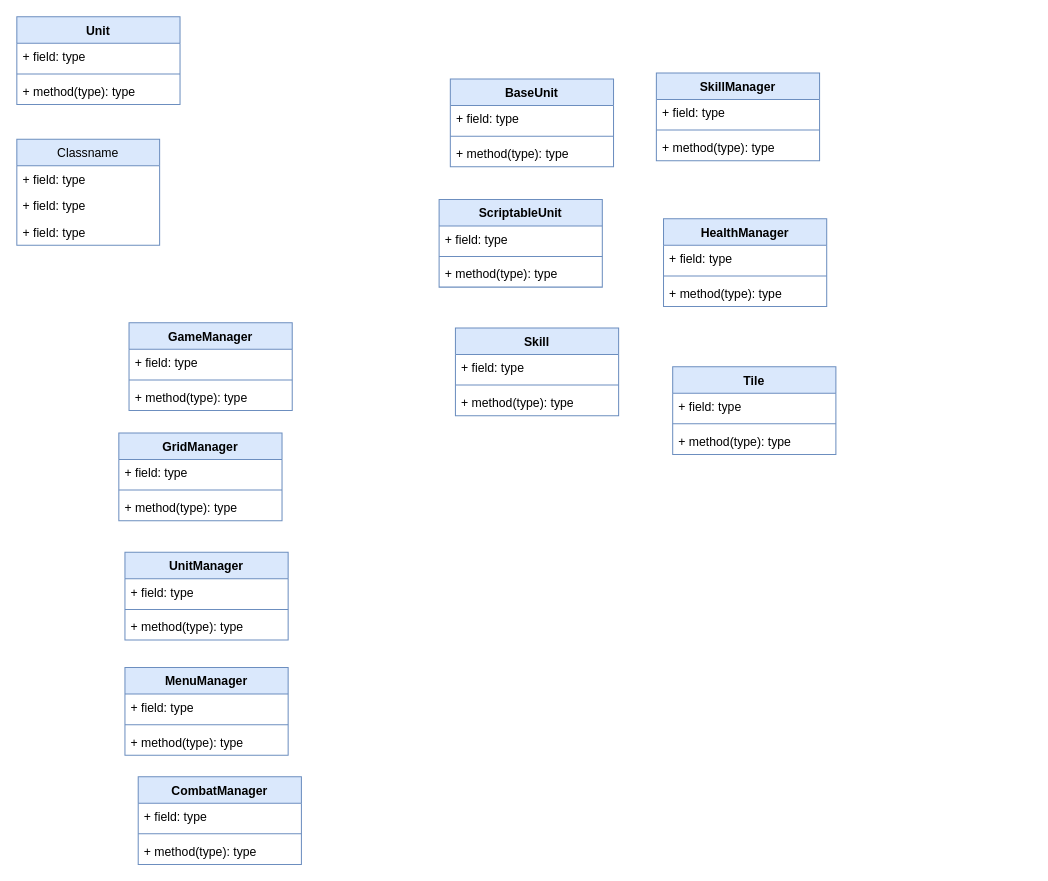
Keyrune/TileMap keeps this draw.io diagram as page "Class" (3 of 3) of Untitled Diagram.drawio. Above is the earlier version. Source tidied: cells renumbered, new cells numbered last; positions are measured from the earlier drawing's top-left corner, leaving out a move shared by most shapes. Both pictures are drawn from the tidied source at 102%, with x=0, y=0 at pixel (16, 16).
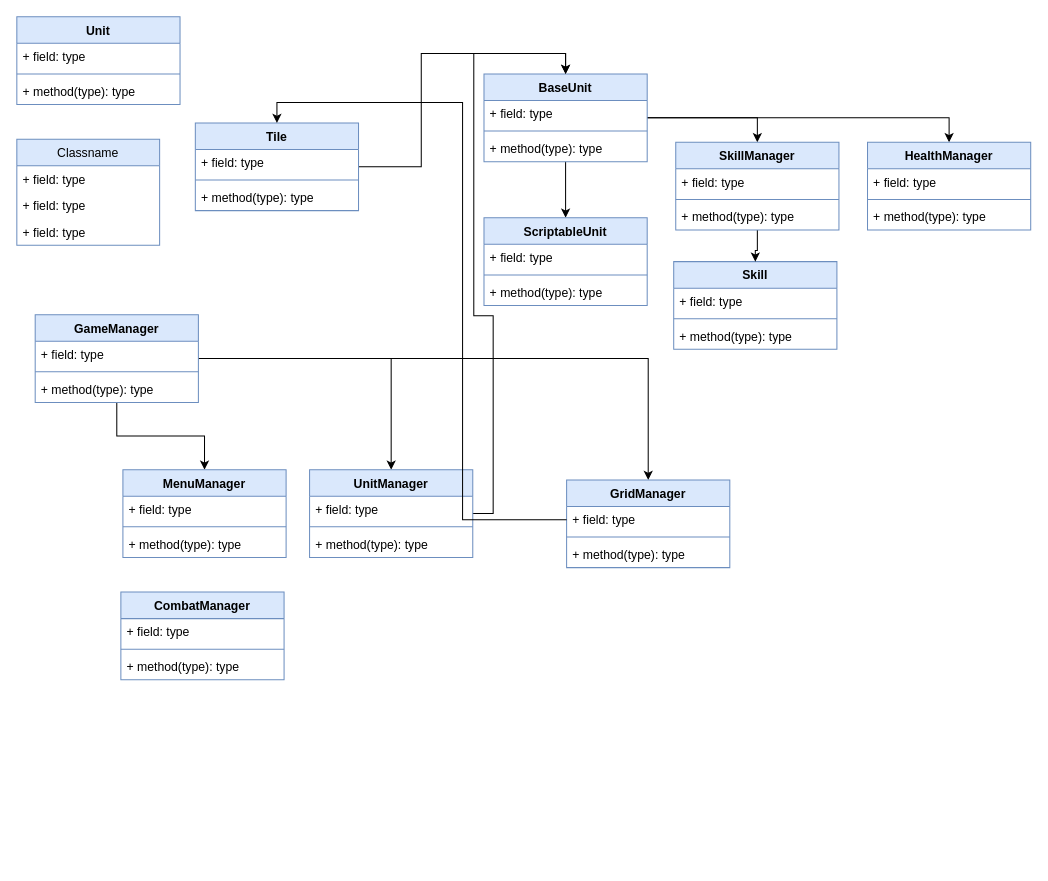
The same diagram, later.

The change refers to these unchanged cells:
```xml
<mxCell id="23" value="+ field: type" style="text;strokeColor=none;fillColor=none;align=left;verticalAlign=top;spacingLeft=4;spacingRight=4;overflow=hidden;points=[[0,0.5],[1,0.5]];portConstraint=eastwest;" parent="22" vertex="1">
  <mxGeometry y="26" width="160" height="26" as="geometry" />
</mxCell>
```

Diff of the diagram source:
```diff
@@
+    <mxCell id="54" style="edgeStyle=orthogonalEdgeStyle;rounded=0;jettySize=auto;html=1;" parent="1" edge="1" source="6" target="46">
+      <mxGeometry relative="1" as="geometry" />
+    </mxCell>
+    <mxCell id="55" style="edgeStyle=orthogonalEdgeStyle;rounded=0;jettySize=auto;html=1;entryX=0.5;entryY=0;entryDx=0;entryDy=0;" parent="1" edge="1" source="6" target="30">
+      <mxGeometry relative="1" as="geometry" />
+    </mxCell>
+    <mxCell id="56" style="edgeStyle=orthogonalEdgeStyle;rounded=0;jettySize=auto;html=1;" parent="1" edge="1" source="6" target="34">
+      <mxGeometry relative="1" as="geometry">
+        <Array as="points">
+          <mxPoint x="914" y="99" />
+        </Array>
+      </mxGeometry>
+    </mxCell>
     <mxCell id="6" value="BaseUnit" style="swimlane;fontStyle=1;align=center;verticalAlign=top;horizontal=1;startSize=26;fillColor=#dae8fc;strokeColor=#6C8EBF;glass=0;" parent="1" vertex="1">
-      <mxGeometry x="425" y="61" width="160" height="86" as="geometry" />
+      <mxGeometry x="458" y="56" width="160" height="86" as="geometry" />
     </mxCell>
@@
     <mxCell id="10" value="Skill" style="swimlane;fontStyle=1;align=center;verticalAlign=top;horizontal=1;startSize=26;fillColor=#dae8fc;strokeColor=#6C8EBF;" parent="1" vertex="1">
-      <mxGeometry x="430" y="305" width="160" height="86" as="geometry" />
+      <mxGeometry x="644" y="240" width="160" height="86" as="geometry" />
     </mxCell>
@@
+    <mxCell id="57" style="edgeStyle=orthogonalEdgeStyle;rounded=0;jettySize=auto;html=1;entryX=0.5;entryY=0;entryDx=0;entryDy=0;" parent="1" edge="1" source="18" target="22">
+      <mxGeometry relative="1" as="geometry" />
+    </mxCell>
+    <mxCell id="58" style="edgeStyle=orthogonalEdgeStyle;rounded=0;jettySize=auto;html=1;" parent="1" edge="1" source="18" target="26">
+      <mxGeometry relative="1" as="geometry" />
+    </mxCell>
+    <mxCell id="59" style="edgeStyle=orthogonalEdgeStyle;rounded=0;jettySize=auto;html=1;" parent="1" edge="1" source="18" target="42">
+      <mxGeometry relative="1" as="geometry" />
+    </mxCell>
     <mxCell id="18" value="GameManager" style="swimlane;fontStyle=1;align=center;verticalAlign=top;horizontal=1;startSize=26;fillColor=#dae8fc;strokeColor=#6C8EBF;glass=0;" parent="1" vertex="1">
-      <mxGeometry x="110" y="300" width="160" height="86" as="geometry" />
+      <mxGeometry x="18" y="292" width="160" height="86" as="geometry" />
     </mxCell>
@@
     <mxCell id="22" value="GridManager" style="swimlane;fontStyle=1;align=center;verticalAlign=top;horizontal=1;startSize=26;fillColor=#dae8fc;strokeColor=#6C8EBF;glass=0;" parent="1" vertex="1">
-      <mxGeometry x="100" y="408" width="160" height="86" as="geometry" />
+      <mxGeometry x="539" y="454" width="160" height="86" as="geometry" />
     </mxCell>
@@
+    <mxCell id="60" style="edgeStyle=orthogonalEdgeStyle;rounded=0;jettySize=auto;html=1;entryX=0.5;entryY=0;entryDx=0;entryDy=0;" parent="1" edge="1" source="26" target="6">
+      <mxGeometry relative="1" as="geometry">
+        <Array as="points">
+          <mxPoint x="467" y="487" />
+          <mxPoint x="467" y="293" />
+          <mxPoint x="448" y="293" />
+          <mxPoint x="448" y="36" />
+          <mxPoint x="538" y="36" />
+        </Array>
+      </mxGeometry>
+    </mxCell>
     <mxCell id="26" value="UnitManager" style="swimlane;fontStyle=1;align=center;verticalAlign=top;horizontal=1;startSize=26;fillColor=#dae8fc;strokeColor=#6C8EBF;glass=0;" parent="1" vertex="1">
-      <mxGeometry x="106" y="525" width="160" height="86" as="geometry" />
+      <mxGeometry x="287" y="444" width="160" height="86" as="geometry" />
     </mxCell>
@@
+    <mxCell id="61" style="edgeStyle=orthogonalEdgeStyle;rounded=0;jettySize=auto;html=1;entryX=0.5;entryY=0;entryDx=0;entryDy=0;" parent="1" edge="1" source="30" target="10">
+      <mxGeometry relative="1" as="geometry" />
+    </mxCell>
     <mxCell id="30" value="SkillManager" style="swimlane;fontStyle=1;align=center;verticalAlign=top;horizontal=1;startSize=26;fillColor=#dae8fc;strokeColor=#6C8EBF;glass=0;" parent="1" vertex="1">
-      <mxGeometry x="627" y="55" width="160" height="86" as="geometry" />
+      <mxGeometry x="646" y="123" width="160" height="86" as="geometry" />
     </mxCell>
@@
     <mxCell id="34" value="HealthManager" style="swimlane;fontStyle=1;align=center;verticalAlign=top;horizontal=1;startSize=26;fillColor=#dae8fc;strokeColor=#6C8EBF;glass=0;" parent="1" vertex="1">
-      <mxGeometry x="634" y="198" width="160" height="86" as="geometry" />
+      <mxGeometry x="834" y="123" width="160" height="86" as="geometry" />
     </mxCell>
@@
     <mxCell id="38" value="CombatManager" style="swimlane;fontStyle=1;align=center;verticalAlign=top;horizontal=1;startSize=26;fillColor=#dae8fc;strokeColor=#6C8EBF;glass=0;" parent="1" vertex="1">
-      <mxGeometry x="119" y="745" width="160" height="86" as="geometry" />
+      <mxGeometry x="102" y="564" width="160" height="86" as="geometry" />
     </mxCell>
@@
     <mxCell id="42" value="MenuManager" style="swimlane;fontStyle=1;align=center;verticalAlign=top;horizontal=1;startSize=26;fillColor=#dae8fc;strokeColor=#6C8EBF;glass=0;" parent="1" vertex="1">
-      <mxGeometry x="106" y="638" width="160" height="86" as="geometry" />
+      <mxGeometry x="104" y="444" width="160" height="86" as="geometry" />
     </mxCell>
@@
     <mxCell id="46" value="ScriptableUnit" style="swimlane;fontStyle=1;align=center;verticalAlign=top;horizontal=1;startSize=26;fillColor=#dae8fc;strokeColor=#6C8EBF;glass=0;" parent="1" vertex="1">
-      <mxGeometry x="414" y="179" width="160" height="86" as="geometry" />
+      <mxGeometry x="458" y="197" width="160" height="86" as="geometry" />
     </mxCell>
@@
+    <mxCell id="62" style="edgeStyle=orthogonalEdgeStyle;rounded=0;jettySize=auto;html=1;entryX=0.5;entryY=0;entryDx=0;entryDy=0;" parent="1" edge="1" source="50" target="6">
+      <mxGeometry relative="1" as="geometry" />
+    </mxCell>
     <mxCell id="50" value="Tile" style="swimlane;fontStyle=1;align=center;verticalAlign=top;horizontal=1;startSize=26;fillColor=#dae8fc;strokeColor=#6C8EBF;" parent="1" vertex="1">
-      <mxGeometry x="643" y="343" width="160" height="86" as="geometry" />
+      <mxGeometry x="175" y="104" width="160" height="86" as="geometry" />
     </mxCell>
@@
+    <mxCell id="63" style="edgeStyle=orthogonalEdgeStyle;rounded=0;jettySize=auto;html=1;entryX=0.5;entryY=0;entryDx=0;entryDy=0;" parent="1" edge="1" source="23" target="50">
+      <mxGeometry relative="1" as="geometry" />
+    </mxCell>
```
